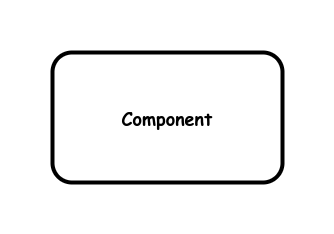
This is images/component.drawio.png from garfix/architectural-patterns, a draw.io export, as it was before one commit. Source tidied: cells renumbered, new cells last; positions are measured from the earlier drawing's top-left corner, leaving out a move shared by most shapes.
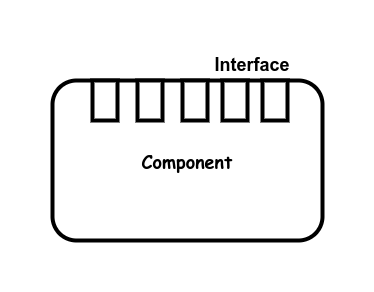
After the commit.

What changed in the source:
```diff
@@ -3,7 +3,25 @@
     <mxCell id="0" />
     <mxCell id="1" parent="0" />
     <mxCell id="2" value="&lt;b style=&quot;font-size: 18px;&quot;&gt;Component&lt;br&gt;&lt;/b&gt;" style="rounded=1;whiteSpace=wrap;html=1;strokeWidth=4;fontFamily=Comic Sans MS;fontSize=18;" parent="1" vertex="1">
-      <mxGeometry width="230" height="130" as="geometry" />
+      <mxGeometry width="270" height="160" as="geometry" />
     </mxCell>
+    <mxCell id="3" style="rounded=0;whiteSpace=wrap;html=1;strokeWidth=4;" parent="1" vertex="1">
+      <mxGeometry x="85" width="25" height="40" as="geometry" />
+    </mxCell>
+    <mxCell id="4" style="rounded=0;whiteSpace=wrap;html=1;strokeWidth=4;" parent="1" vertex="1">
+      <mxGeometry x="130" width="25" height="40" as="geometry" />
+    </mxCell>
+    <mxCell id="5" style="rounded=0;whiteSpace=wrap;html=1;strokeWidth=4;" parent="1" vertex="1">
+      <mxGeometry x="170" width="25" height="40" as="geometry" />
+    </mxCell>
+    <mxCell id="6" value="&lt;b&gt;&lt;font style=&quot;font-size: 18px;&quot;&gt;Interface&lt;/font&gt;&lt;/b&gt;" style="text;html=1;strokeColor=none;fillColor=none;align=center;verticalAlign=middle;whiteSpace=wrap;rounded=0;" parent="1" vertex="1">
+      <mxGeometry x="170" y="-30" width="60" height="30" as="geometry" />
+    </mxCell>
+    <mxCell id="7" style="rounded=0;whiteSpace=wrap;html=1;strokeWidth=4;" parent="1" vertex="1">
+      <mxGeometry x="210" width="25" height="40" as="geometry" />
+    </mxCell>
+    <mxCell id="8" style="rounded=0;whiteSpace=wrap;html=1;strokeWidth=4;" parent="1" vertex="1">
+      <mxGeometry x="40" width="25" height="40" as="geometry" />
+    </mxCell>
   </root>
 </mxGraphModel>
```
